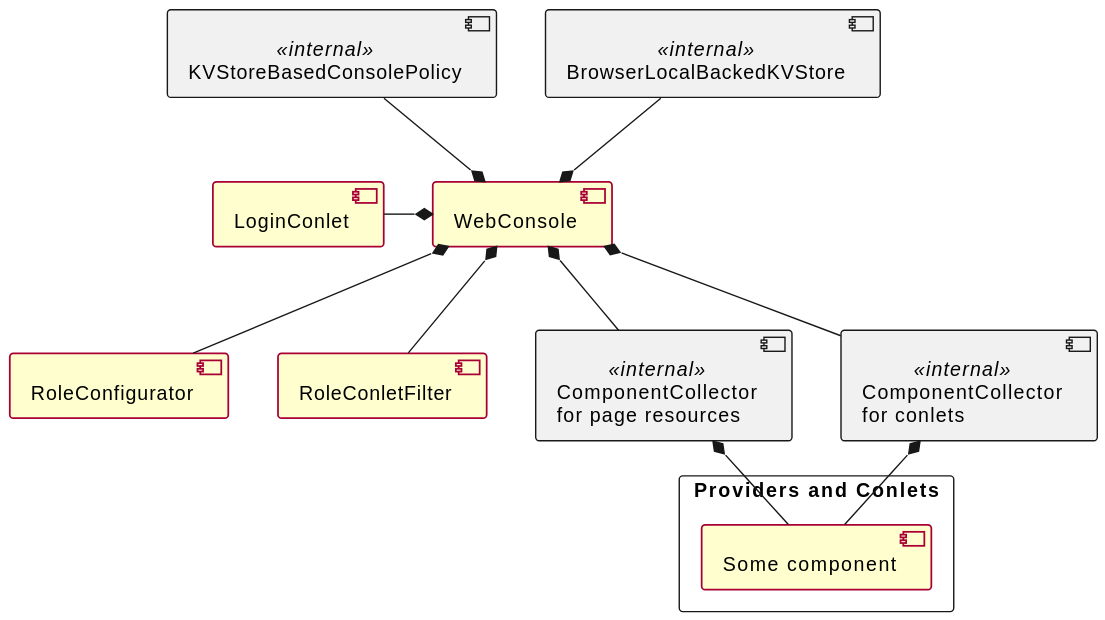
The PlantUML diagram javadoc/org/jdrupes/vmoperator/manager/console-components.svg in mnlipp/VM-Operator, before a commit.
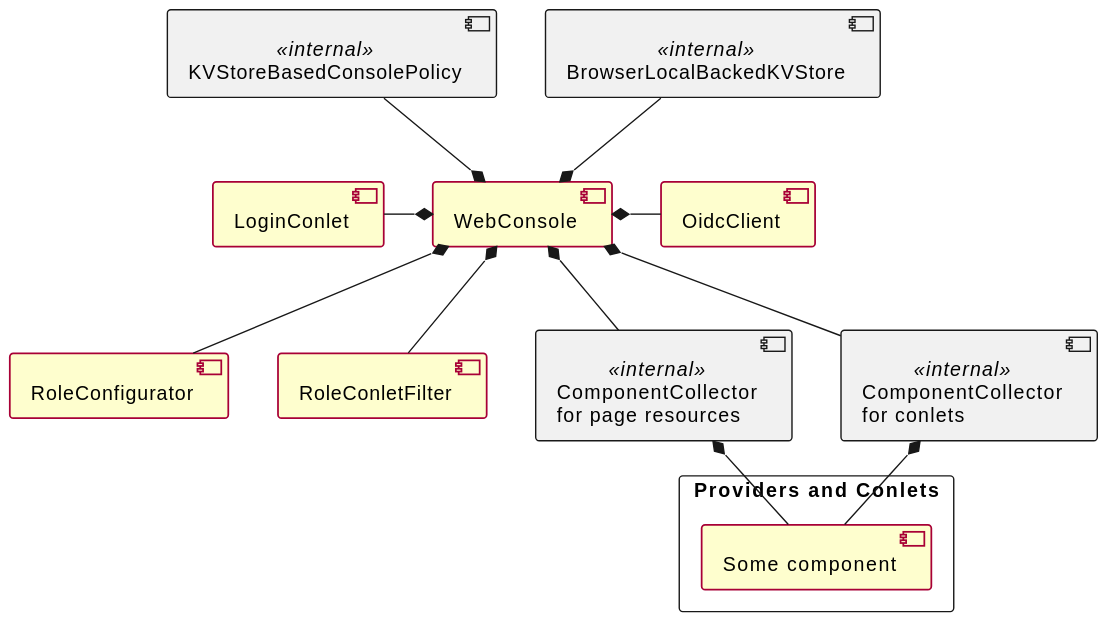
After the change.

Change to the diagram source:
```diff
@@ -17,6 +17,7 @@
  [WebConsole] *-- [RoleConfigurator]
  [WebConsole] *-- [RoleConletFilter]
  [WebConsole] *-left- [LoginConlet]
+ [WebConsole] *-right- [OidcClient]
 
  Component "ComponentCollector\nfor page resources" as cpr <<internal>>
  [WebConsole] *-- [cpr]
```
